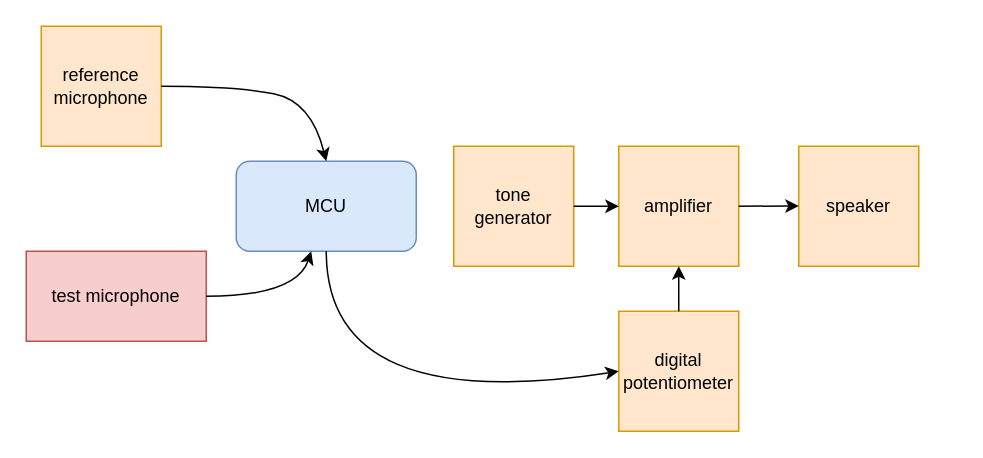
ali-ghazi78/audiometer keeps this draw.io diagram as gozaresh/Untitled Diagram.drawio. Above is the earlier version. Source tidied: cells renumbered, new cells numbered last; positions are measured from the earlier drawing's top-left corner, leaving out a move shared by most shapes. Both pictures are drawn from the tidied source at 150%, with x=0, y=0 at pixel (26, 26).
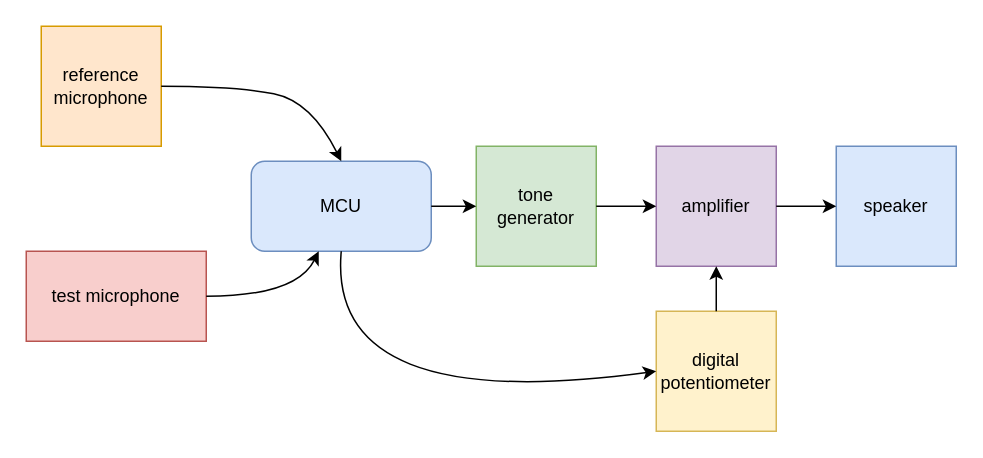
Above is the later version.

Change to the diagram source:
```diff
@@
     <mxCell id="2" value="MCU" style="rounded=1;whiteSpace=wrap;html=1;fillColor=#dae8fc;strokeColor=#6c8ebf;" parent="1" vertex="1">
-      <mxGeometry x="140" y="90" width="120" height="60" as="geometry" />
+      <mxGeometry x="150" y="90" width="120" height="60" as="geometry" />
     </mxCell>
@@
-    <mxCell id="5" value="speaker" style="whiteSpace=wrap;html=1;fillColor=#ffe6cc;strokeColor=#d79b00;" parent="1" vertex="1">
-      <mxGeometry x="515" y="80" width="80" height="80" as="geometry" />
+    <mxCell id="5" value="speaker" style="whiteSpace=wrap;html=1;fillColor=#dae8fc;strokeColor=#6c8ebf;" parent="1" vertex="1">
+      <mxGeometry x="540" y="80" width="80" height="80" as="geometry" />
     </mxCell>
-    <mxCell id="6" value="tone generator" style="whiteSpace=wrap;html=1;fillColor=#ffe6cc;strokeColor=#d79b00;" parent="1" vertex="1">
-      <mxGeometry x="285" y="80" width="80" height="80" as="geometry" />
+    <mxCell id="6" value="tone generator" style="whiteSpace=wrap;html=1;fillColor=#d5e8d4;strokeColor=#82b366;" parent="1" vertex="1">
+      <mxGeometry x="300" y="80" width="80" height="80" as="geometry" />
     </mxCell>
-    <mxCell id="7" value="amplifier" style="whiteSpace=wrap;html=1;fillColor=#ffe6cc;strokeColor=#d79b00;" parent="1" vertex="1">
-      <mxGeometry x="395" y="80" width="80" height="80" as="geometry" />
+    <mxCell id="7" value="amplifier" style="whiteSpace=wrap;html=1;fillColor=#e1d5e7;strokeColor=#9673a6;" parent="1" vertex="1">
+      <mxGeometry x="420" y="80" width="80" height="80" as="geometry" />
     </mxCell>
-    <mxCell id="8" value="digital potentiometer" style="whiteSpace=wrap;html=1;fillColor=#ffe6cc;strokeColor=#d79b00;" parent="1" vertex="1">
-      <mxGeometry x="395" y="190" width="80" height="80" as="geometry" />
+    <mxCell id="8" value="digital potentiometer" style="whiteSpace=wrap;html=1;fillColor=#fff2cc;strokeColor=#d6b656;" parent="1" vertex="1">
+      <mxGeometry x="420" y="190" width="80" height="80" as="geometry" />
     </mxCell>
@@
-    <mxCell id="11" style="endArrow=classic;html=1;" parent="1" edge="1" source="6">
-      <mxGeometry relative="1" as="geometry">
-        <mxPoint x="395" y="120" as="targetPoint" />
-      </mxGeometry>
+    <mxCell id="11" style="endArrow=classic;html=1;entryX=0;entryY=0.5;entryDx=0;entryDy=0;" parent="1" edge="1" source="6" target="7">
+      <mxGeometry relative="1" as="geometry" />
     </mxCell>
-    <mxCell id="12" style="endArrow=classic;html=1;exitX=1;exitY=0.5;exitDx=0;exitDy=0;" parent="1" edge="1" source="7">
-      <mxGeometry relative="1" as="geometry">
-        <mxPoint x="515" y="119.8" as="targetPoint" />
-      </mxGeometry>
+    <mxCell id="12" style="endArrow=classic;html=1;exitX=1;exitY=0.5;exitDx=0;exitDy=0;entryX=0;entryY=0.5;entryDx=0;entryDy=0;" parent="1" edge="1" source="7" target="5">
+      <mxGeometry relative="1" as="geometry" />
     </mxCell>
@@
+    <mxCell id="15" style="endArrow=classic;html=1;exitX=1;exitY=0.5;exitDx=0;exitDy=0;entryX=0;entryY=0.5;entryDx=0;entryDy=0;" parent="1" edge="1" source="2" target="6">
+      <mxGeometry relative="1" as="geometry" />
+    </mxCell>
```
